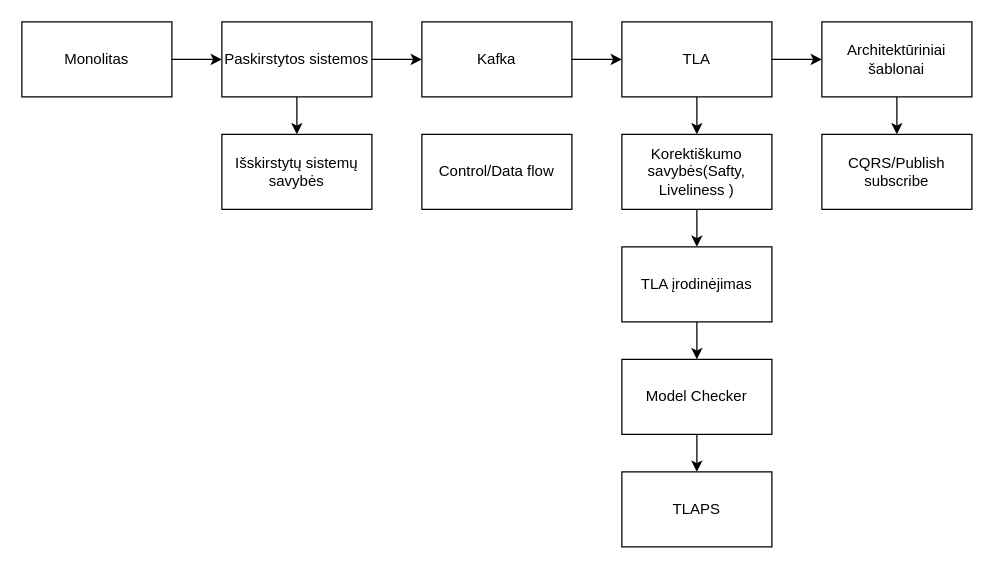
macro161/Masters keeps this draw.io diagram as Thesis/planas.drawio. Above is the earlier version. Source tidied: cells renumbered, new cells numbered last; positions are measured from the earlier drawing's top-left corner, leaving out a move shared by most shapes. Both pictures are drawn from the tidied source at 125%, with x=0, y=0 at pixel (21, 21).
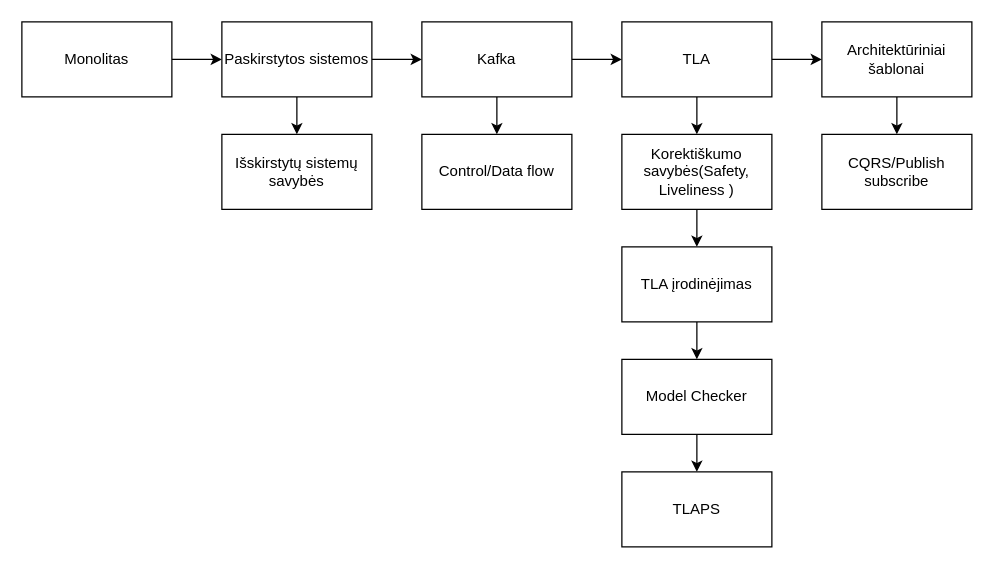
After the change.

The change refers to these unchanged cells:
```xml
<mxCell id="8" value="Kafka" style="rounded=0;whiteSpace=wrap;html=1;" parent="1" vertex="1">
  <mxGeometry x="320" width="120" height="60" as="geometry" />
</mxCell>
<mxCell id="18" value="Control/Data flow" style="rounded=0;whiteSpace=wrap;html=1;" parent="1" vertex="1">
  <mxGeometry x="320" y="90" width="120" height="60" as="geometry" />
</mxCell>
```

Diff of the diagram source:
```diff
@@
+    <mxCell id="24" style="edgeStyle=orthogonalEdgeStyle;rounded=0;jettySize=auto;html=1;exitX=0.5;exitY=1;exitDx=0;exitDy=0;entryX=0.5;entryY=0;entryDx=0;entryDy=0;" parent="1" edge="1" source="8" target="18">
+      <mxGeometry relative="1" as="geometry" />
+    </mxCell>
@@
-    <mxCell id="20" value="Korektiškumo savybės(Safty, Liveliness )" style="rounded=0;whiteSpace=wrap;html=1;" parent="1" vertex="1">
+    <mxCell id="20" value="Korektiškumo savybės(Safety, Liveliness )" style="rounded=0;whiteSpace=wrap;html=1;" parent="1" vertex="1">
       <mxGeometry x="480" y="90" width="120" height="60" as="geometry" />
     </mxCell>
```
